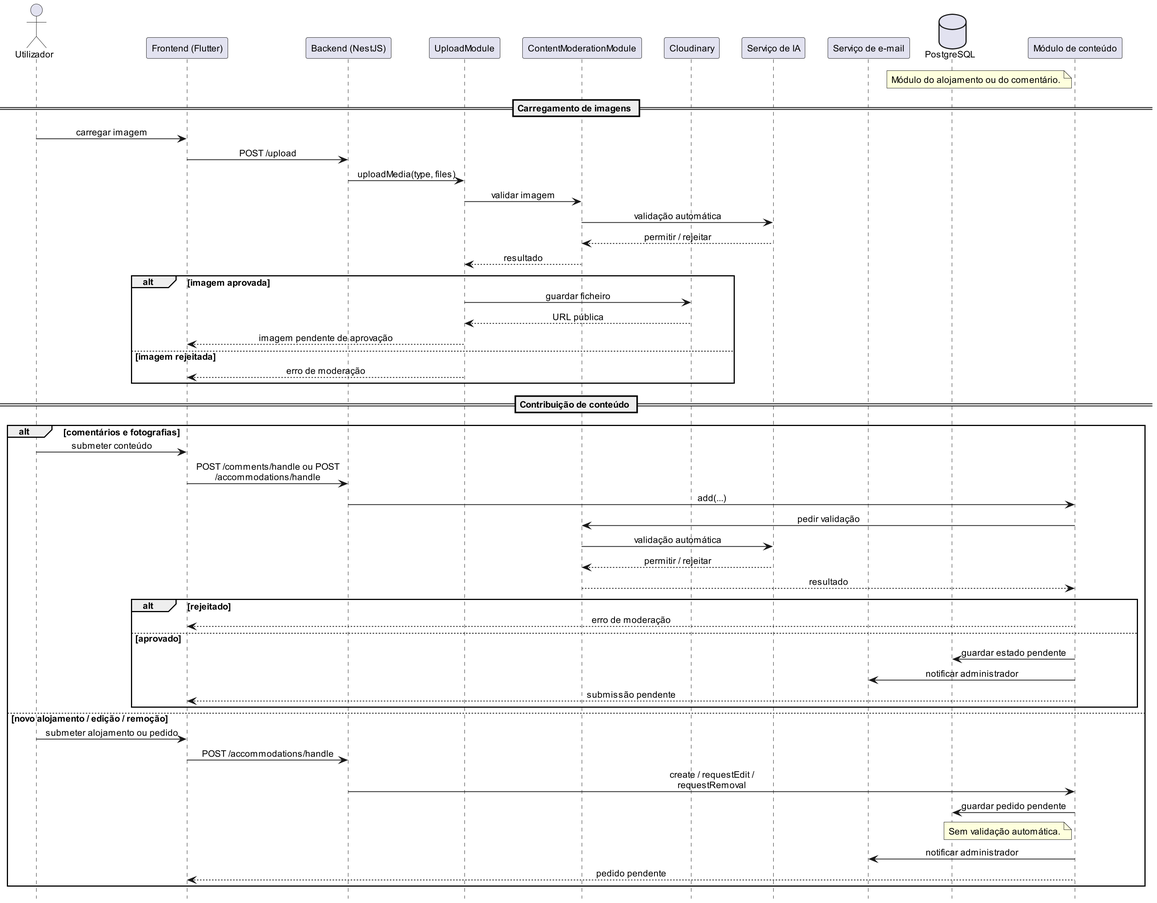
Before: docs/diagrams/png/communication-media-moderation-flow-a.png, a diagram exported from PlantUML (alegna83/cookbook-be).
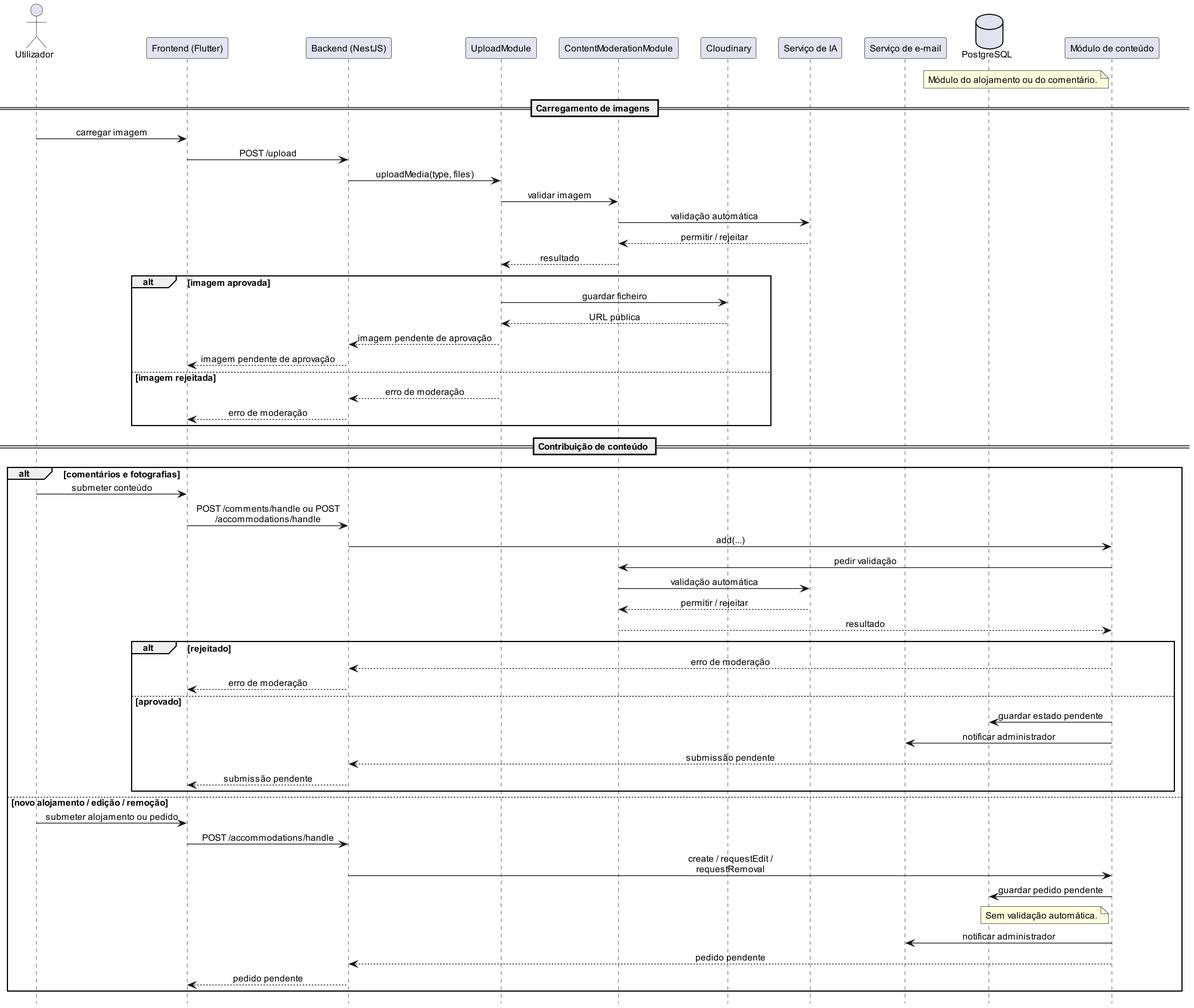
After the change.

Change to the diagram source:
```diff
@@ -38,9 +38,11 @@
 alt imagem aprovada
   UploadsModule -> Cloudinary : guardar ficheiro
   Cloudinary --> UploadsModule : URL pública
-  UploadsModule --> FE : imagem pendente de aprovação
+  UploadsModule --> BE : imagem pendente de aprovação
+  BE --> FE : imagem pendente de aprovação
 else imagem rejeitada
-  UploadsModule --> FE : erro de moderação
+  UploadsModule --> BE : erro de moderação
+  BE --> FE : erro de moderação
 end
 
 == Contribuição de conteúdo ==
@@ -54,11 +56,13 @@
   AI --> ModerationModule : permitir / rejeitar
   ModerationModule --> ContentModule : resultado
   alt rejeitado
-    ContentModule --> FE : erro de moderação
+    ContentModule --> BE : erro de moderação
+    BE --> FE : erro de moderação
   else aprovado
     ContentModule -> DB : guardar estado pendente
     ContentModule -> Email : notificar administrador
-    ContentModule --> FE : submissão pendente
+    ContentModule --> BE : submissão pendente
+    BE --> FE : submissão pendente
   end
 else novo alojamento / edição / remoção
   Utilizador -> FE : submeter alojamento ou pedido
@@ -69,7 +73,8 @@
     Sem validação automática.
   end note
   ContentModule -> Email : notificar administrador
-  ContentModule --> FE : pedido pendente
+  ContentModule --> BE : pedido pendente
+  BE --> FE : pedido pendente
 end
 
 @enduml
```
